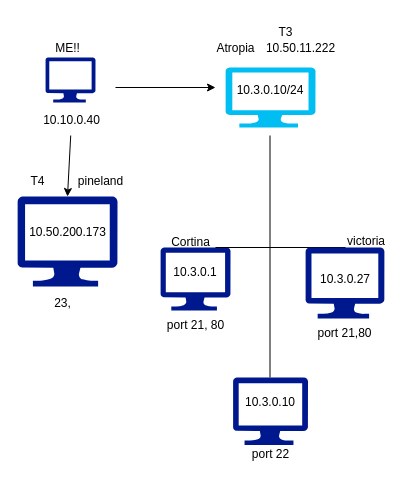
Above: task 3 Diagram.drawio in conrod12/networking (draw.io), before the change. Source tidied: cells renumbered, new cells numbered last; positions are measured from the earlier drawing's top-left corner, leaving out a move shared by most shapes. Both pictures are drawn from the tidied source at 100%, with x=0, y=0 at pixel (17, 17).
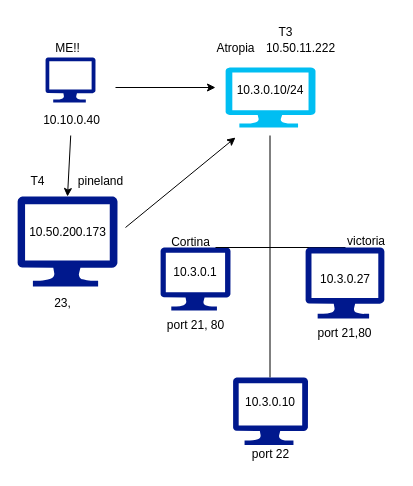
The same page after the edit.

What changed in the source:
```diff
@@
+    <mxCell id="31" style="endArrow=classic;html=1;rounded=0;" parent="1" edge="1">
+      <mxGeometry relative="1" as="geometry">
+        <mxPoint x="108" y="210" as="sourcePoint" />
+        <mxPoint x="218" y="120" as="targetPoint" />
+      </mxGeometry>
+    </mxCell>
```
